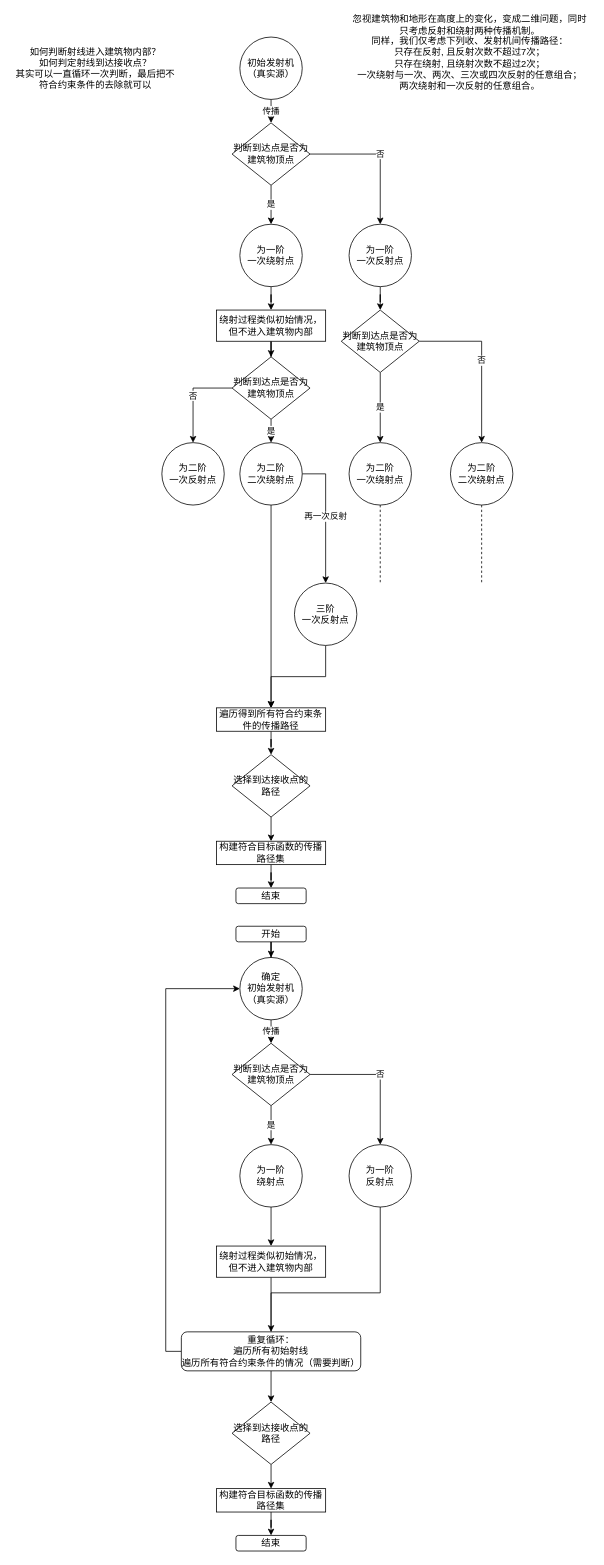
Above: after1.drawio in PhysicsZhang/KnowledgeGraph (draw.io), before the change. Source tidied: cells renumbered, new cells numbered last; positions are measured from the earlier drawing's top-left corner, leaving out a move shared by most shapes. Both pictures are drawn from the tidied source at 78%, with x=0, y=0 at pixel (13, 13).
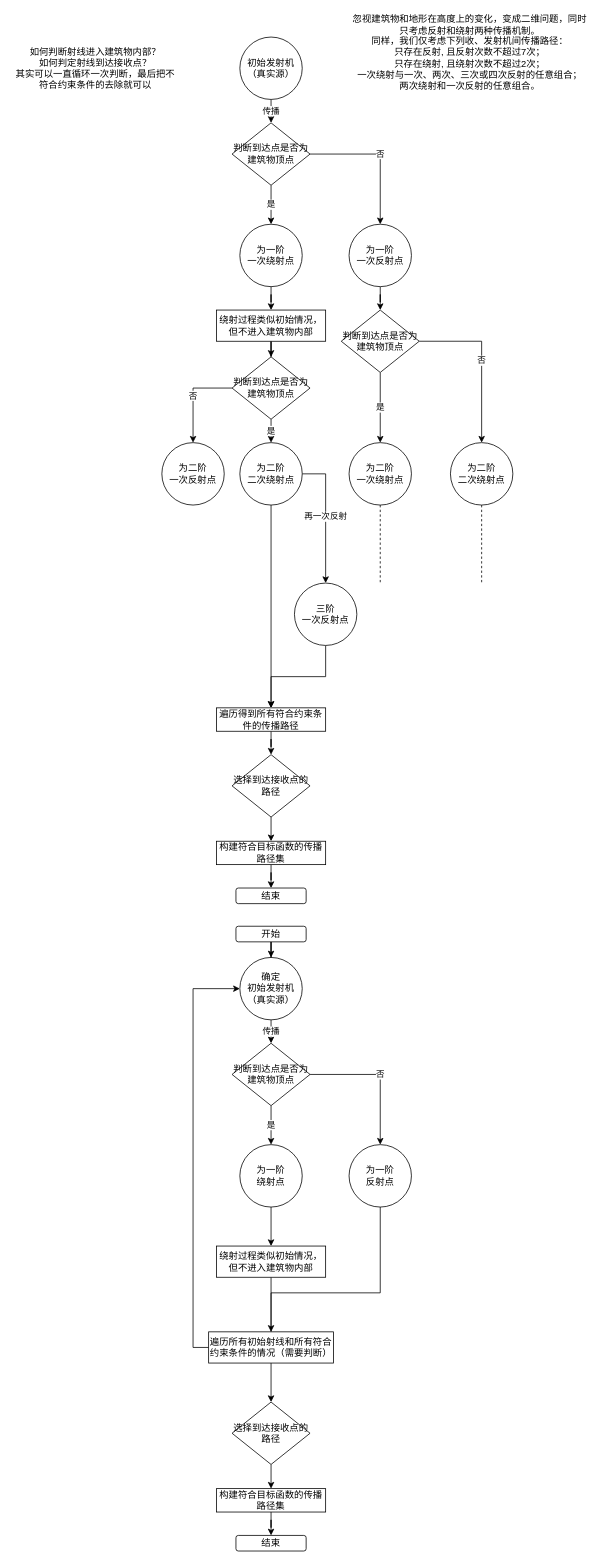
The same diagram, later.

Diff of the diagram source:
```diff
@@
-    <mxCell id="53" value="重复循环：&lt;br&gt;遍历所有初始射线&lt;br&gt;遍历所有符合约束条件的情况（需要判断）" style="rounded=1;whiteSpace=wrap;html=1;" parent="1" vertex="1">
-      <mxGeometry x="215" y="1690" width="230" height="50" as="geometry" />
+    <mxCell id="53" value="遍历所有初始射线和所有符合约束条件的情况（需要判断）" style="rounded=0;whiteSpace=wrap;html=1;" parent="1" vertex="1">
+      <mxGeometry x="250" y="1690" width="160" height="40" as="geometry" />
     </mxCell>
```
